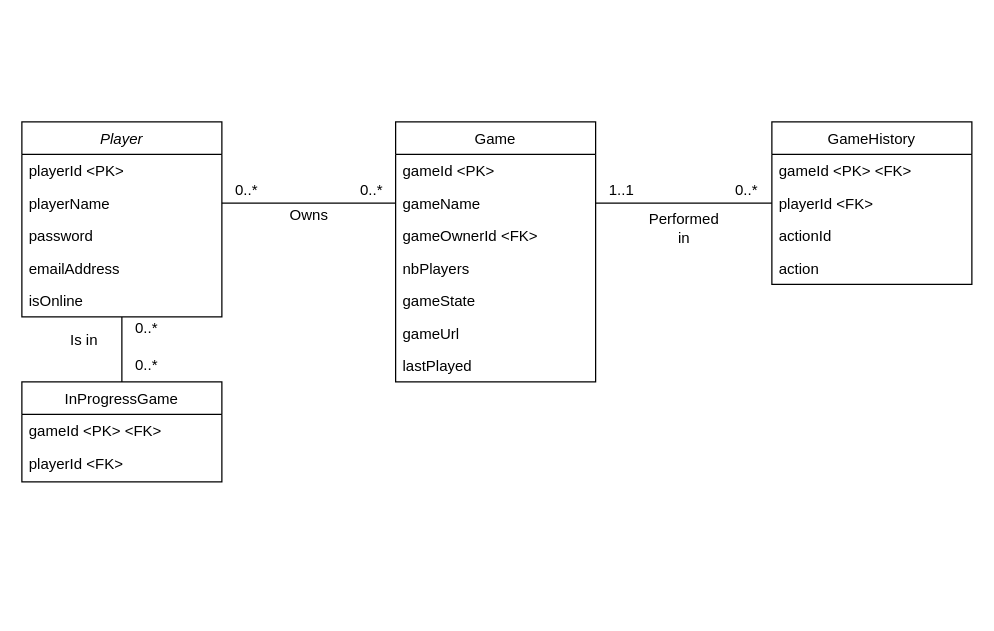
The draw.io diagram useful_docs/database.drawio in T0ine34/ortelo, before the edit. Source tidied: cells renumbered, new cells numbered last; positions are measured from the earlier drawing's top-left corner, leaving out a move shared by most shapes. Both pictures are drawn from the tidied source at 125%, with x=0, y=0 at pixel (21, 121).
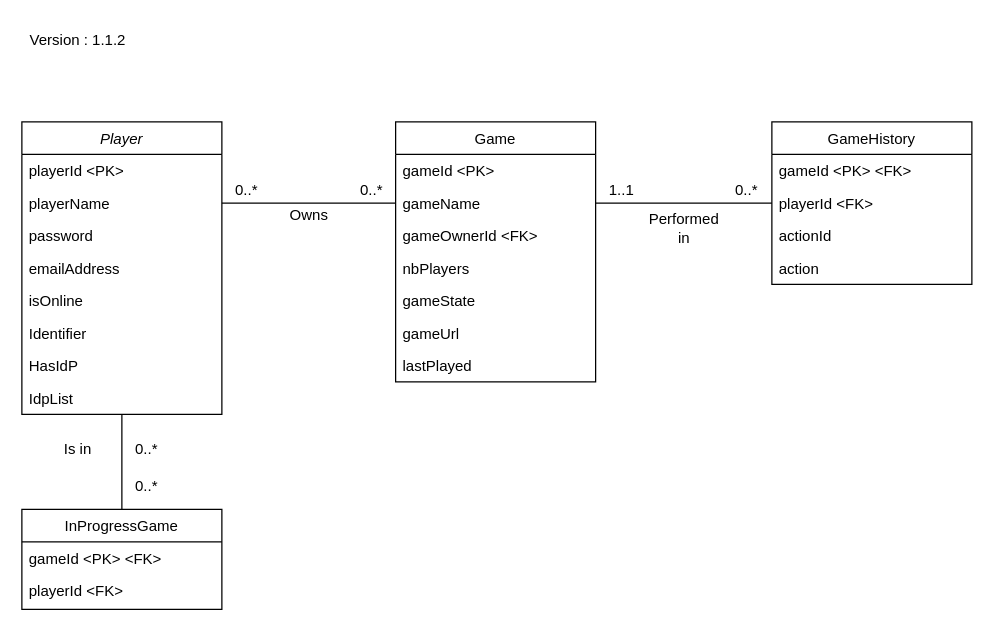
Above is the later version.

Commit message (it also covers changes not shown here):
updating UML diagrams and documentation of url_generator module

Unchanged cells that the change refers to:
```xml
<mxCell id="7" value="isOnline" style="text;align=left;verticalAlign=top;spacingLeft=4;spacingRight=4;overflow=hidden;points=[[0,0.5],[1,0.5]];portConstraint=eastwest;rounded=0;shadow=0;html=0;" parent="2" vertex="1">
  <mxGeometry y="130" width="160" height="26" as="geometry" />
</mxCell>
```

What changed in the source:
```diff
@@
     <mxCell id="2" value="Player" style="swimlane;fontStyle=2;align=center;verticalAlign=top;horizontal=1;startSize=26;rounded=0;shadow=0;strokeWidth=1;" parent="1" vertex="1">
-      <mxGeometry width="160" height="156" as="geometry" />
+      <mxGeometry width="160" height="234" as="geometry" />
     </mxCell>
@@
+    <mxCell id="36" value="Identifier" style="text;align=left;verticalAlign=top;spacingLeft=4;spacingRight=4;overflow=hidden;rounded=0;shadow=0;html=0;" parent="2" vertex="1">
+      <mxGeometry y="156" width="160" height="26" as="geometry" />
+    </mxCell>
+    <mxCell id="37" value="HasIdP" style="text;align=left;verticalAlign=top;spacingLeft=4;spacingRight=4;overflow=hidden;rounded=0;shadow=0;html=0;" parent="2" vertex="1">
+      <mxGeometry y="182" width="160" height="26" as="geometry" />
+    </mxCell>
+    <mxCell id="38" value="IdpList" style="text;align=left;verticalAlign=top;spacingLeft=4;spacingRight=4;overflow=hidden;points=[[0,0.5],[1,0.5]];portConstraint=eastwest;rounded=0;shadow=0;html=0;" parent="2" vertex="1">
+      <mxGeometry y="208" width="160" height="26" as="geometry" />
+    </mxCell>
+    <mxCell id="39" style="edgeStyle=none;html=1;exitX=0.5;exitY=0;exitDx=0;exitDy=0;endArrow=none;endFill=0;" parent="1" edge="1" source="8" target="38">
+      <mxGeometry relative="1" as="geometry" />
+    </mxCell>
     <mxCell id="8" value="InProgressGame" style="swimlane;fontStyle=0;align=center;verticalAlign=top;horizontal=1;startSize=26;rounded=0;shadow=0;strokeWidth=1;" parent="1" vertex="1">
-      <mxGeometry y="208" width="160" height="80" as="geometry" />
+      <mxGeometry y="310" width="160" height="80" as="geometry" />
     </mxCell>
@@
-    <mxCell id="28" style="endArrow=none;html=1;rounded=0;exitX=0.5;exitY=0;exitDx=0;exitDy=0;" parent="1" edge="1" source="8" target="7">
-      <mxGeometry relative="1" as="geometry" />
-    </mxCell>
     <mxCell id="29" value="0..*" style="text;html=1;strokeColor=none;fillColor=none;align=center;verticalAlign=middle;whiteSpace=wrap;rounded=0;" parent="1" vertex="1">
-      <mxGeometry x="70" y="150" width="60" height="30" as="geometry" />
+      <mxGeometry x="70" y="246.5" width="60" height="30" as="geometry" />
     </mxCell>
     <mxCell id="30" value="0..*" style="text;html=1;strokeColor=none;fillColor=none;align=center;verticalAlign=middle;whiteSpace=wrap;rounded=0;" parent="1" vertex="1">
-      <mxGeometry x="70" y="180" width="60" height="30" as="geometry" />
+      <mxGeometry x="70" y="276.5" width="60" height="30" as="geometry" />
     </mxCell>
     <mxCell id="31" value="Is in" style="text;html=1;strokeColor=none;fillColor=none;align=center;verticalAlign=middle;whiteSpace=wrap;rounded=0;" parent="1" vertex="1">
-      <mxGeometry x="20" y="160" width="60" height="30" as="geometry" />
+      <mxGeometry x="15" y="246.5" width="60" height="30" as="geometry" />
     </mxCell>
@@
+    <mxCell id="40" value="Version : 1.1.2" style="text;html=1;strokeColor=none;fillColor=none;align=center;verticalAlign=middle;whiteSpace=wrap;rounded=0;" parent="1" vertex="1">
+      <mxGeometry y="-80" width="90" height="30" as="geometry" />
+    </mxCell>
```
